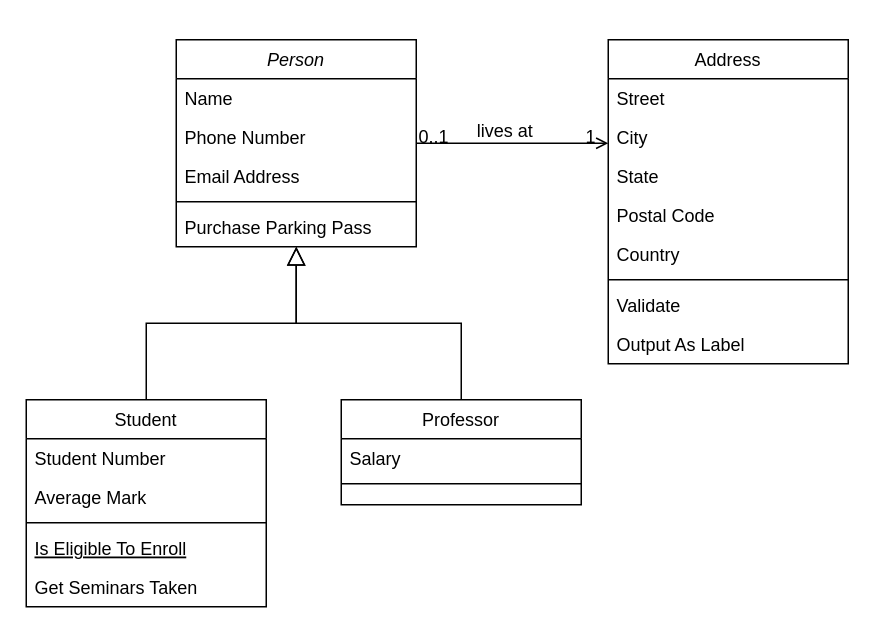
This is Untitled Diagram.drawio from Silva-Gabriel/projeto-java, a draw.io file, before an edit. Source tidied: cells renumbered, new cells numbered last; positions are measured from the earlier drawing's top-left corner, leaving out a move shared by most shapes. Both pictures are drawn from the tidied source at 150%, with x=0, y=0 at pixel (26, 39).
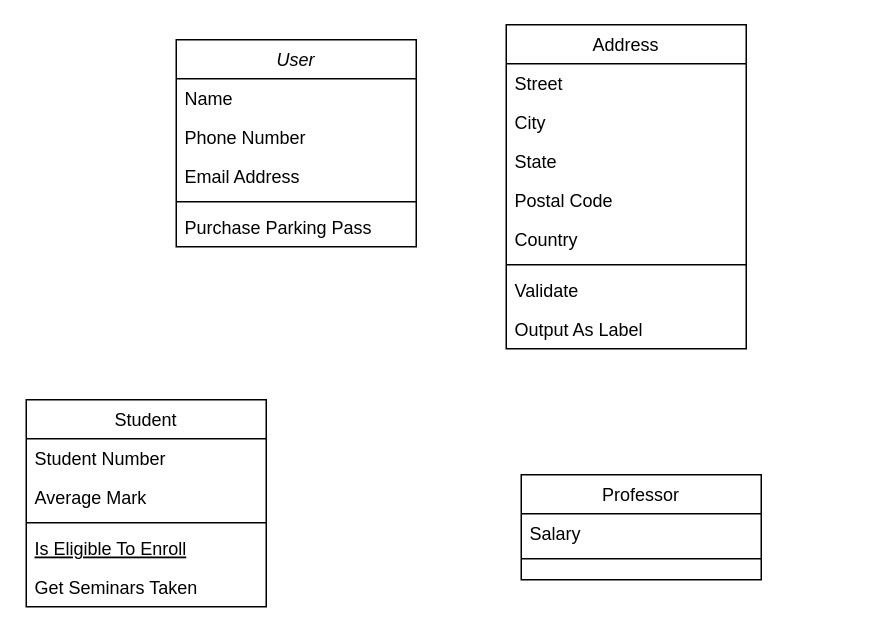
The same page after the edit.

Commit message:
draw.io cadastro diagrama

Unchanged cells that the change refers to:
```xml
<mxCell id="8" value="Student" style="swimlane;fontStyle=0;align=center;verticalAlign=top;horizontal=1;startSize=26;rounded=0;shadow=0;strokeWidth=1;" parent="1" vertex="1">
  <mxGeometry y="240" width="160" height="138" as="geometry" />
</mxCell>
```

What changed in the source:
```diff
@@
-    <mxCell id="2" value="Person" style="swimlane;fontStyle=2;align=center;verticalAlign=top;horizontal=1;startSize=26;rounded=0;shadow=0;strokeWidth=1;" parent="1" vertex="1">
+    <mxCell id="2" value="User&#10;" style="swimlane;fontStyle=2;align=center;verticalAlign=top;horizontal=1;startSize=26;rounded=0;shadow=0;strokeWidth=1;" parent="1" vertex="1">
       <mxGeometry x="100" width="160" height="138" as="geometry" />
     </mxCell>
@@
-    <mxCell id="14" style="endArrow=block;endSize=10;endFill=0;shadow=0;strokeWidth=1;rounded=0;curved=0;edgeStyle=elbowEdgeStyle;elbow=vertical;" parent="1" edge="1" source="8" target="2">
-      <mxGeometry relative="1" as="geometry" />
-    </mxCell>
     <mxCell id="15" value="Professor" style="swimlane;fontStyle=0;align=center;verticalAlign=top;horizontal=1;startSize=26;rounded=0;shadow=0;strokeWidth=1;" parent="1" vertex="1">
-      <mxGeometry x="210" y="240" width="160" height="70" as="geometry" />
+      <mxGeometry x="330" y="290" width="160" height="70" as="geometry" />
     </mxCell>
@@
-    <mxCell id="18" style="endArrow=block;endSize=10;endFill=0;shadow=0;strokeWidth=1;rounded=0;curved=0;edgeStyle=elbowEdgeStyle;elbow=vertical;" parent="1" edge="1" source="15" target="2">
-      <mxGeometry relative="1" as="geometry" />
-    </mxCell>
     <mxCell id="19" value="Address" style="swimlane;fontStyle=0;align=center;verticalAlign=top;horizontal=1;startSize=26;rounded=0;shadow=0;strokeWidth=1;" parent="1" vertex="1">
-      <mxGeometry x="388" width="160" height="216" as="geometry" />
+      <mxGeometry x="320" y="-10" width="160" height="216" as="geometry" />
     </mxCell>
@@
-    <mxCell id="28" style="endArrow=open;shadow=0;strokeWidth=1;rounded=0;curved=0;endFill=1;edgeStyle=elbowEdgeStyle;elbow=vertical;" parent="1" edge="1" source="2" target="19">
-      <mxGeometry x="0.5" y="41" relative="1" as="geometry">
-        <mxPoint x="-40" y="32" as="offset" />
-      </mxGeometry>
-    </mxCell>
-    <mxCell id="29" value="0..1" style="align=left;verticalAlign=bottom;labelBackgroundColor=none;fontSize=12;" parent="28" vertex="1">
-      <mxGeometry x="-1" relative="1" as="geometry">
-        <mxPoint y="4" as="offset" />
-      </mxGeometry>
-    </mxCell>
-    <mxCell id="30" value="1" style="align=right;verticalAlign=bottom;labelBackgroundColor=none;fontSize=12;" parent="28" vertex="1">
-      <mxGeometry x="1" relative="1" as="geometry">
-        <mxPoint x="-7" y="4" as="offset" />
-      </mxGeometry>
-    </mxCell>
-    <mxCell id="31" value="lives at" style="text;html=1;align=center;verticalAlign=middle;labelBackgroundColor=none;rounded=0;shadow=0;strokeWidth=1;fontSize=12;" parent="28" vertex="1">
-      <mxGeometry x="0.5" y="49" relative="1" as="geometry">
-        <mxPoint x="-38" y="40" as="offset" />
-      </mxGeometry>
-    </mxCell>
```
